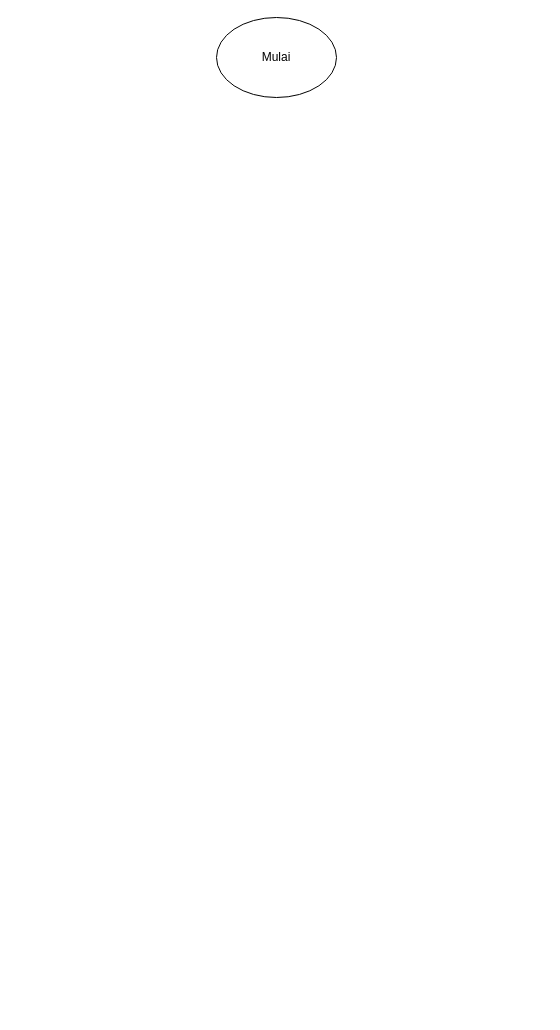
Earlier version of the draw.io diagram Diagram Tanpa Judul.drawio (evinorlailisa/Tesis). Source tidied: cells renumbered, new cells numbered last; positions are measured from the earlier drawing's top-left corner, leaving out a move shared by most shapes. Both pictures are drawn from the tidied source at 100%, with x=0, y=0 at pixel (216, 17).
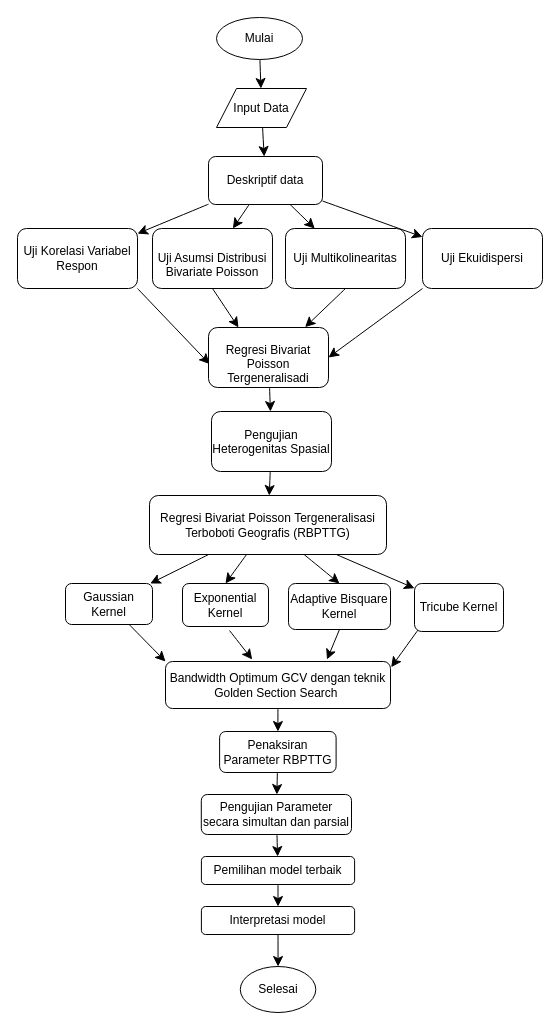
The same page after the edit.

The edit, as a diff of the source:
```diff
@@
+    <mxCell id="3" style="edgeStyle=none;curved=1;rounded=0;jettySize=auto;html=1;fontSize=12;startSize=8;endSize=8;" parent="1" edge="1" source="2" target="5">
+      <mxGeometry relative="1" as="geometry" />
+    </mxCell>
     <mxCell id="2" value="Mulai" style="ellipse;whiteSpace=wrap;html=1;" parent="1" vertex="1">
-      <mxGeometry width="120" height="80" as="geometry" />
+      <mxGeometry width="86" height="42" as="geometry" />
     </mxCell>
+    <mxCell id="4" style="edgeStyle=none;curved=1;rounded=0;jettySize=auto;html=1;fontSize=12;startSize=8;endSize=8;" parent="1" edge="1" source="5" target="10">
+      <mxGeometry relative="1" as="geometry" />
+    </mxCell>
+    <mxCell id="5" value="Input Data" style="shape=parallelogram;perimeter=parallelogramPerimeter;whiteSpace=wrap;html=1;fixedSize=1;" parent="1" vertex="1">
+      <mxGeometry y="71" width="90" height="39" as="geometry" />
+    </mxCell>
+    <mxCell id="6" style="edgeStyle=none;curved=1;rounded=0;jettySize=auto;html=1;fontSize=12;startSize=8;endSize=8;" parent="1" edge="1" source="10" target="12">
+      <mxGeometry relative="1" as="geometry" />
+    </mxCell>
+    <mxCell id="7" style="edgeStyle=none;curved=1;rounded=0;jettySize=auto;html=1;fontSize=12;startSize=8;endSize=8;" parent="1" edge="1" source="10" target="14">
+      <mxGeometry relative="1" as="geometry" />
+    </mxCell>
+    <mxCell id="8" style="edgeStyle=none;curved=1;rounded=0;jettySize=auto;html=1;fontSize=12;startSize=8;endSize=8;" parent="1" edge="1" source="10" target="16">
+      <mxGeometry relative="1" as="geometry" />
+    </mxCell>
+    <mxCell id="9" style="edgeStyle=none;curved=1;rounded=0;jettySize=auto;html=1;fontSize=12;startSize=8;endSize=8;" parent="1" edge="1" source="10" target="22">
+      <mxGeometry relative="1" as="geometry" />
+    </mxCell>
+    <mxCell id="10" value="Deskriptif data" style="rounded=1;whiteSpace=wrap;html=1;" parent="1" vertex="1">
+      <mxGeometry x="-8" y="139" width="114" height="48" as="geometry" />
+    </mxCell>
+    <mxCell id="11" style="edgeStyle=none;curved=1;rounded=0;jettySize=auto;html=1;fontSize=12;startSize=8;endSize=8;exitX=1;exitY=1;exitDx=0;exitDy=0;entryX=0.009;entryY=0.609;entryDx=0;entryDy=0;entryPerimeter=0;" parent="1" edge="1" source="12" target="18">
+      <mxGeometry relative="1" as="geometry" />
+    </mxCell>
+    <mxCell id="12" value="Uji Korelasi Variabel Respon" style="rounded=1;whiteSpace=wrap;html=1;" parent="1" vertex="1">
+      <mxGeometry x="-199" y="211" width="120" height="60" as="geometry" />
+    </mxCell>
+    <mxCell id="13" style="edgeStyle=none;curved=1;rounded=0;jettySize=auto;html=1;fontSize=12;startSize=8;endSize=8;entryX=0.25;entryY=0;entryDx=0;entryDy=0;exitX=0.5;exitY=1;exitDx=0;exitDy=0;" parent="1" edge="1" source="14" target="18">
+      <mxGeometry relative="1" as="geometry" />
+    </mxCell>
+    <mxCell id="14" value="&lt;p style=&quot;margin-bottom: 0.0001pt; line-height: normal;&quot; align=&quot;center&quot; class=&quot;MsoNormal&quot;&gt;&lt;span lang=&quot;EN-GB&quot;&gt;Uji Asumsi Distribusi Bivariate Poisson&lt;/span&gt;&lt;/p&gt;" style="rounded=1;whiteSpace=wrap;html=1;" parent="1" vertex="1">
+      <mxGeometry x="-64" y="211" width="120" height="60" as="geometry" />
+    </mxCell>
+    <mxCell id="15" style="edgeStyle=none;curved=1;rounded=0;jettySize=auto;html=1;fontSize=12;startSize=8;endSize=8;exitX=0.5;exitY=1;exitDx=0;exitDy=0;entryX=0.805;entryY=-0.006;entryDx=0;entryDy=0;entryPerimeter=0;" parent="1" edge="1" source="16" target="18">
+      <mxGeometry relative="1" as="geometry" />
+    </mxCell>
+    <mxCell id="16" value="Uji Multikolinearitas" style="rounded=1;whiteSpace=wrap;html=1;" parent="1" vertex="1">
+      <mxGeometry x="69" y="211" width="120" height="60" as="geometry" />
+    </mxCell>
+    <mxCell id="17" style="edgeStyle=none;curved=1;rounded=0;jettySize=auto;html=1;fontSize=12;startSize=8;endSize=8;" parent="1" edge="1" source="18" target="20">
+      <mxGeometry relative="1" as="geometry" />
+    </mxCell>
+    <mxCell id="18" value="&lt;p style=&quot;margin-bottom: 0.0001pt; line-height: normal;&quot; align=&quot;center&quot; class=&quot;MsoNormal&quot;&gt;Regresi Bivariat Poisson Tergeneralisadi&lt;br&gt;&lt;/p&gt;" style="rounded=1;whiteSpace=wrap;html=1;" parent="1" vertex="1">
+      <mxGeometry x="-8" y="310" width="120" height="60" as="geometry" />
+    </mxCell>
+    <mxCell id="19" style="edgeStyle=none;curved=1;rounded=0;jettySize=auto;html=1;fontSize=12;startSize=8;endSize=8;" parent="1" edge="1" source="20" target="27">
+      <mxGeometry relative="1" as="geometry" />
+    </mxCell>
+    <mxCell id="20" value="&lt;p style=&quot;line-height: normal;&quot; align=&quot;center&quot; class=&quot;MsoNormal&quot;&gt;&lt;span lang=&quot;EN-GB&quot;&gt;Pengujian Heterogenitas Spasial&lt;/span&gt;&lt;/p&gt;" style="rounded=1;whiteSpace=wrap;html=1;" parent="1" vertex="1">
+      <mxGeometry x="-5" y="394" width="120" height="60" as="geometry" />
+    </mxCell>
+    <mxCell id="21" style="edgeStyle=none;curved=1;rounded=0;jettySize=auto;html=1;fontSize=12;startSize=8;endSize=8;entryX=1;entryY=0.5;entryDx=0;entryDy=0;exitX=0;exitY=1;exitDx=0;exitDy=0;" parent="1" edge="1" source="22" target="18">
+      <mxGeometry relative="1" as="geometry" />
+    </mxCell>
+    <mxCell id="22" value="Uji Ekuidispersi" style="rounded=1;whiteSpace=wrap;html=1;" parent="1" vertex="1">
+      <mxGeometry x="206" y="211" width="120" height="60" as="geometry" />
+    </mxCell>
+    <mxCell id="23" style="edgeStyle=none;curved=1;rounded=0;jettySize=auto;html=1;fontSize=12;startSize=8;endSize=8;" parent="1" edge="1" source="27" target="29">
+      <mxGeometry relative="1" as="geometry" />
+    </mxCell>
+    <mxCell id="24" style="edgeStyle=none;curved=1;rounded=0;jettySize=auto;html=1;fontSize=12;startSize=8;endSize=8;entryX=0.5;entryY=0;entryDx=0;entryDy=0;" parent="1" edge="1" source="27" target="31">
+      <mxGeometry relative="1" as="geometry" />
+    </mxCell>
+    <mxCell id="25" style="edgeStyle=none;curved=1;rounded=0;jettySize=auto;html=1;fontSize=12;startSize=8;endSize=8;entryX=0.5;entryY=0;entryDx=0;entryDy=0;" parent="1" edge="1" source="27" target="33">
+      <mxGeometry relative="1" as="geometry" />
+    </mxCell>
+    <mxCell id="26" style="edgeStyle=none;curved=1;rounded=0;jettySize=auto;html=1;fontSize=12;startSize=8;endSize=8;" parent="1" edge="1" source="27" target="35">
+      <mxGeometry relative="1" as="geometry" />
+    </mxCell>
+    <mxCell id="27" value="&lt;p align=&quot;center&quot; class=&quot;MsoNormal&quot;&gt;&lt;span style=&quot;background-color: initial;&quot;&gt;Regresi Bivariat Poisson&amp;nbsp;&lt;/span&gt;&lt;span style=&quot;background-color: initial;&quot;&gt;Tergeneralisasi Terboboti Geografis&amp;nbsp;&lt;/span&gt;&lt;span style=&quot;background-color: initial;&quot;&gt;(RBPTTG)&lt;/span&gt;&lt;/p&gt;" style="rounded=1;whiteSpace=wrap;html=1;" parent="1" vertex="1">
+      <mxGeometry x="-67" y="478" width="237" height="59" as="geometry" />
+    </mxCell>
+    <mxCell id="28" style="edgeStyle=none;curved=1;rounded=0;jettySize=auto;html=1;fontSize=12;startSize=8;endSize=8;entryX=0;entryY=0;entryDx=0;entryDy=0;" parent="1" edge="1" source="29" target="37">
+      <mxGeometry relative="1" as="geometry" />
+    </mxCell>
+    <mxCell id="29" value="&lt;p align=&quot;center&quot; class=&quot;MsoNormal&quot;&gt;Gaussian Kernel&lt;/p&gt;" style="rounded=1;whiteSpace=wrap;html=1;" parent="1" vertex="1">
+      <mxGeometry x="-151" y="566" width="87" height="41" as="geometry" />
+    </mxCell>
+    <mxCell id="30" style="edgeStyle=none;curved=1;rounded=0;orthogonalLoop=1;jettySize=auto;html=1;fontSize=12;startSize=8;endSize=8;" parent="1" edge="1">
+      <mxGeometry relative="1" as="geometry">
+        <mxPoint x="13" y="613" as="sourcePoint" />
+        <mxPoint x="35.7" y="642" as="targetPoint" />
+      </mxGeometry>
+    </mxCell>
+    <mxCell id="31" value="&lt;p align=&quot;center&quot; class=&quot;MsoNormal&quot;&gt;Exponential Kernel&lt;/p&gt;" style="rounded=1;whiteSpace=wrap;html=1;" parent="1" vertex="1">
+      <mxGeometry x="-34" y="566" width="86" height="43" as="geometry" />
+    </mxCell>
+    <mxCell id="32" style="edgeStyle=none;curved=1;rounded=0;jettySize=auto;html=1;fontSize=12;startSize=8;endSize=8;exitX=0.5;exitY=1;exitDx=0;exitDy=0;" parent="1" edge="1" source="33">
+      <mxGeometry relative="1" as="geometry">
+        <mxPoint x="110.5" y="642" as="targetPoint" />
+      </mxGeometry>
+    </mxCell>
+    <mxCell id="33" value="&lt;p align=&quot;center&quot; class=&quot;MsoNormal&quot;&gt;Adaptive Bisquare Kernel&lt;/p&gt;" style="rounded=1;whiteSpace=wrap;html=1;" parent="1" vertex="1">
+      <mxGeometry x="72" y="566" width="102" height="46" as="geometry" />
+    </mxCell>
+    <mxCell id="34" style="edgeStyle=none;curved=1;rounded=0;jettySize=auto;html=1;fontSize=12;startSize=8;endSize=8;entryX=1.003;entryY=0.121;entryDx=0;entryDy=0;entryPerimeter=0;" parent="1" edge="1" target="37">
+      <mxGeometry relative="1" as="geometry">
+        <mxPoint x="204" y="609" as="sourcePoint" />
+      </mxGeometry>
+    </mxCell>
+    <mxCell id="35" value="&lt;p align=&quot;center&quot; class=&quot;MsoNormal&quot;&gt;Tricube Kernel&lt;/p&gt;" style="rounded=1;whiteSpace=wrap;html=1;" parent="1" vertex="1">
+      <mxGeometry x="198" y="566" width="89" height="48" as="geometry" />
+    </mxCell>
+    <mxCell id="36" style="edgeStyle=none;curved=1;rounded=0;jettySize=auto;html=1;fontSize=12;startSize=8;endSize=8;" parent="1" edge="1" source="37" target="39">
+      <mxGeometry relative="1" as="geometry" />
+    </mxCell>
+    <mxCell id="37" value="Bandwidth Optimum GCV dengan teknik Golden Section Search&amp;nbsp;" style="rounded=1;whiteSpace=wrap;html=1;" parent="1" vertex="1">
+      <mxGeometry x="-51" y="644" width="225" height="47" as="geometry" />
+    </mxCell>
+    <mxCell id="38" style="edgeStyle=none;curved=1;rounded=0;jettySize=auto;html=1;fontSize=12;startSize=8;endSize=8;" parent="1" edge="1" source="39" target="41">
+      <mxGeometry relative="1" as="geometry" />
+    </mxCell>
+    <mxCell id="39" value="Penaksiran Parameter RBPTTG" style="whiteSpace=wrap;html=1;rounded=1;" parent="1" vertex="1">
+      <mxGeometry x="3.1" y="714" width="116.5" height="41" as="geometry" />
+    </mxCell>
+    <mxCell id="40" style="edgeStyle=none;curved=1;rounded=0;jettySize=auto;html=1;fontSize=12;startSize=8;endSize=8;" parent="1" edge="1" source="41" target="43">
+      <mxGeometry relative="1" as="geometry" />
+    </mxCell>
+    <mxCell id="41" value="&lt;p align=&quot;center&quot; class=&quot;MsoNormal&quot;&gt;&lt;span lang=&quot;EN-GB&quot;&gt;Pengujian Parameter secara simultan dan parsial&lt;/span&gt;&lt;/p&gt;" style="whiteSpace=wrap;html=1;rounded=1;" parent="1" vertex="1">
+      <mxGeometry x="-15.2" y="777" width="150.2" height="40" as="geometry" />
+    </mxCell>
+    <mxCell id="42" style="edgeStyle=none;curved=1;rounded=0;jettySize=auto;html=1;fontSize=12;startSize=8;endSize=8;" parent="1" edge="1" source="43" target="45">
+      <mxGeometry relative="1" as="geometry" />
+    </mxCell>
+    <mxCell id="43" value="&lt;p align=&quot;center&quot; class=&quot;MsoNormal&quot;&gt;&lt;span lang=&quot;EN-GB&quot;&gt;Pemilihan model terbaik&lt;/span&gt;&lt;/p&gt;" style="whiteSpace=wrap;html=1;rounded=1;" parent="1" vertex="1">
+      <mxGeometry x="-15.1" y="839" width="153.2" height="28" as="geometry" />
+    </mxCell>
+    <mxCell id="44" style="edgeStyle=none;curved=1;rounded=0;jettySize=auto;html=1;fontSize=12;startSize=8;endSize=8;" parent="1" edge="1" source="45" target="46">
+      <mxGeometry relative="1" as="geometry" />
+    </mxCell>
+    <mxCell id="45" value="&lt;p align=&quot;center&quot; class=&quot;MsoNormal&quot;&gt;&lt;span lang=&quot;EN-GB&quot;&gt;Interpretasi model&lt;/span&gt;&lt;/p&gt;" style="whiteSpace=wrap;html=1;rounded=1;" parent="1" vertex="1">
+      <mxGeometry x="-15.1" y="889" width="153.2" height="28" as="geometry" />
+    </mxCell>
+    <mxCell id="46" value="Selesai" style="ellipse;whiteSpace=wrap;html=1;rounded=1;" parent="1" vertex="1">
+      <mxGeometry x="23.8" y="949" width="75.5" height="46" as="geometry" />
+    </mxCell>
```
